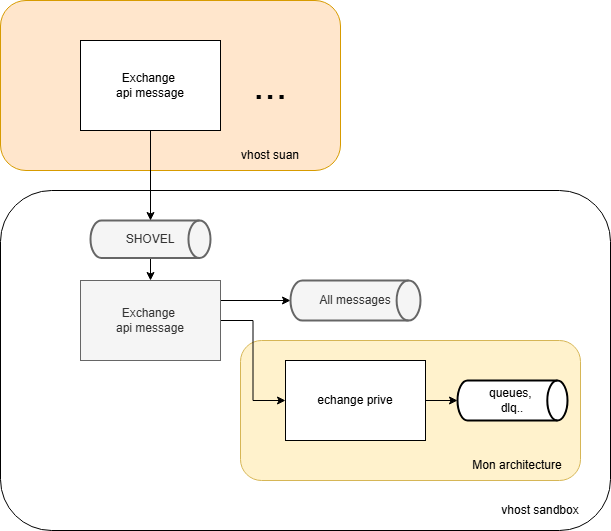
The draw.io diagram drawio/sandbox_rabbit.png in sarraz1/csau, before a commit. Source tidied: cells renumbered, new cells last; positions are measured from the earlier drawing's top-left corner, leaving out a move shared by most shapes.
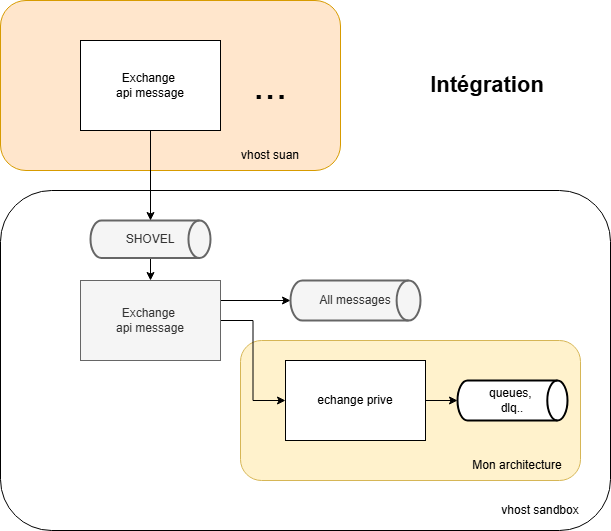
The same diagram one commit later.

Commit message:
Mettre à jour sandbox_rabbit.png

Diff of the diagram source:
```diff
@@ -59,5 +59,8 @@
     <mxCell id="20" value="Mon architecture" style="text;html=1;align=center;verticalAlign=middle;whiteSpace=wrap;rounded=0;" parent="1" vertex="1">
       <mxGeometry x="457" y="450" width="120" height="30" as="geometry" />
     </mxCell>
+    <mxCell id="21" value="Intégration" style="text;html=1;align=center;verticalAlign=middle;whiteSpace=wrap;rounded=0;fontSize=22;fontStyle=1;" parent="1" vertex="1">
+      <mxGeometry x="457" y="70" width="60" height="30" as="geometry" />
+    </mxCell>
   </root>
 </mxGraphModel>
```
